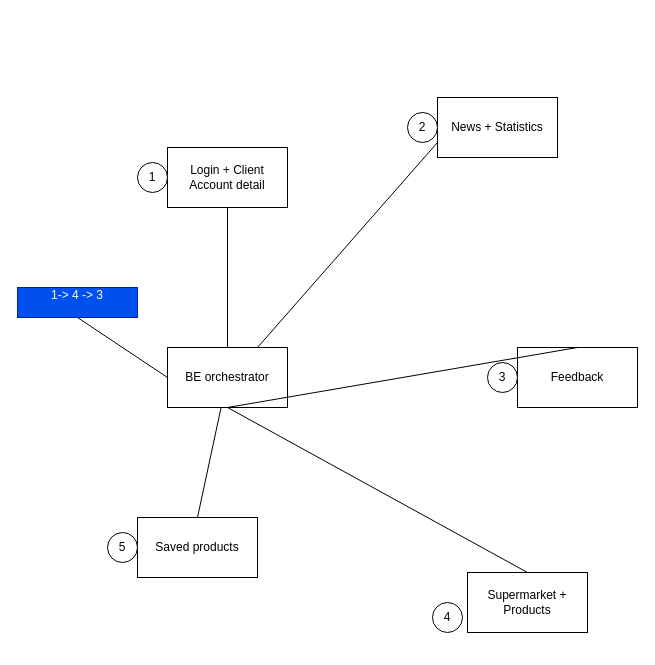
Before: project-task-9/be-orchestration-general_updated.drawio in tildtr/aw-project, a draw.io diagram. Source tidied: cells renumbered, new cells numbered last; positions are measured from the earlier drawing's top-left corner, leaving out a move shared by most shapes. Both pictures are drawn from the tidied source at 100%, with x=0, y=0 at pixel (17, 97).
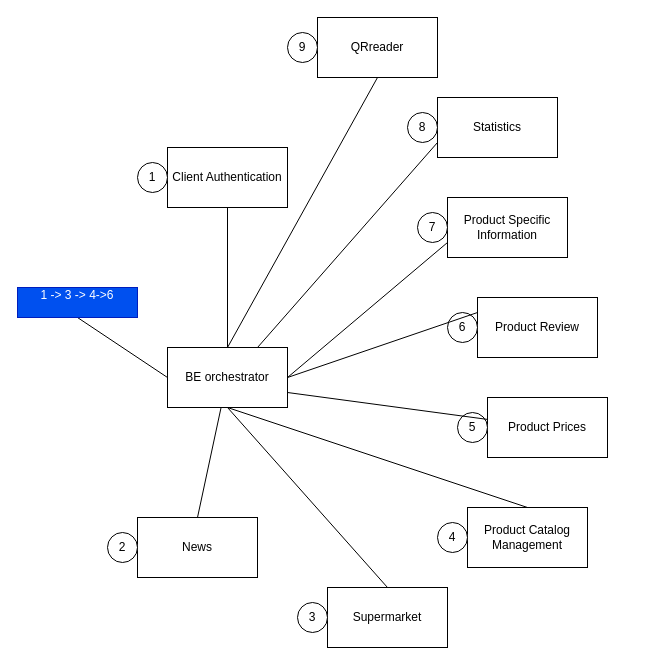
The same diagram, later.

The change refers to these unchanged cells:
```xml
<mxCell id="4" value="BE orchestrator" style="rounded=0;whiteSpace=wrap;html=1;" parent="1" vertex="1">
  <mxGeometry x="150" y="250" width="120" height="60" as="geometry" />
</mxCell>
<mxCell id="8" style="group;" parent="1" vertex="1">
  <mxGeometry x="90" y="420" width="150" height="60" as="geometry" />
</mxCell>
<mxCell id="11" style="group;" parent="1" vertex="1">
  <mxGeometry x="120" y="50" width="150" height="60" as="geometry" />
</mxCell>
<mxCell id="14" style="group;" parent="1" vertex="1">
  <mxGeometry x="280" y="490" width="150" height="60" as="geometry" />
</mxCell>
<mxCell id="20" style="group;" parent="1" vertex="1">
  <mxGeometry x="390" width="150" height="60" as="geometry" />
</mxCell>
```

Change to the diagram source:
```diff
@@
-    <mxCell id="6" value="1-&amp;gt; 4 -&amp;gt; 3&lt;div&gt;&lt;br&gt;&lt;/div&gt;" style="rounded=0;whiteSpace=wrap;html=1;fillColor=#0050ef;fontColor=#ffffff;strokeColor=#001DBC;" parent="1" vertex="1">
+    <mxCell id="6" value="1 -&amp;gt; 3 -&amp;gt; 4-&amp;gt;6&lt;div&gt;&lt;br/&gt;&lt;/div&gt;" style="rounded=0;whiteSpace=wrap;html=1;fillColor=#0050ef;fontColor=#ffffff;strokeColor=#001DBC;" parent="1" vertex="1">
       <mxGeometry y="190" width="120" height="30" as="geometry" />
     </mxCell>
@@
-    <mxCell id="9" value="Saved products" style="rounded=0;whiteSpace=wrap;html=1;" parent="8" vertex="1">
+    <mxCell id="9" value="News" style="rounded=0;whiteSpace=wrap;html=1;" parent="8" vertex="1">
       <mxGeometry x="30" width="120" height="60" as="geometry" />
     </mxCell>
-    <mxCell id="10" value="5" style="ellipse;whiteSpace=wrap;html=1;" parent="8" vertex="1">
+    <mxCell id="10" value="2" style="ellipse;whiteSpace=wrap;html=1;" parent="8" vertex="1">
       <mxGeometry y="15" width="30" height="30" as="geometry" />
     </mxCell>
@@
-    <mxCell id="12" value="Login + Client Account detail" style="rounded=0;whiteSpace=wrap;html=1;" parent="11" vertex="1">
+    <mxCell id="12" value="Client Authentication" style="rounded=0;whiteSpace=wrap;html=1;" parent="11" vertex="1">
       <mxGeometry x="30" width="120" height="60" as="geometry" />
     </mxCell>
@@
+    <mxCell id="24" value="Supermarket" style="rounded=0;whiteSpace=wrap;html=1;" parent="14" vertex="1">
+      <mxGeometry x="30" width="120" height="60" as="geometry" />
+    </mxCell>
-    <mxCell id="15" value="4" style="ellipse;whiteSpace=wrap;html=1;" parent="14" vertex="1">
-      <mxGeometry x="135" y="15" width="30" height="30" as="geometry" />
+    <mxCell id="15" value="3" style="ellipse;whiteSpace=wrap;html=1;" parent="14" vertex="1">
+      <mxGeometry y="15" width="30" height="30" as="geometry" />
     </mxCell>
     <mxCell id="16" style="group;" parent="1" vertex="1">
-      <mxGeometry x="470" y="250" width="150" height="60" as="geometry" />
+      <mxGeometry x="420" y="410" width="150" height="60" as="geometry" />
     </mxCell>
-    <mxCell id="17" value="Feedback" style="rounded=0;whiteSpace=wrap;html=1;" parent="16" vertex="1">
+    <mxCell id="17" value="Product Catalog Management" style="rounded=0;whiteSpace=wrap;html=1;" parent="16" vertex="1">
       <mxGeometry x="30" width="120" height="60" as="geometry" />
     </mxCell>
-    <mxCell id="18" value="3" style="ellipse;whiteSpace=wrap;html=1;" parent="16" vertex="1">
+    <mxCell id="18" value="4" style="ellipse;whiteSpace=wrap;html=1;" parent="16" vertex="1">
       <mxGeometry y="15" width="30" height="30" as="geometry" />
     </mxCell>
@@
+    <mxCell id="25" style="group;" parent="1" vertex="1">
+      <mxGeometry x="440" y="300" width="150" height="60" as="geometry" />
+    </mxCell>
+    <mxCell id="26" value="Product Prices" style="rounded=0;whiteSpace=wrap;html=1;" parent="25" vertex="1">
+      <mxGeometry x="30" width="120" height="60" as="geometry" />
+    </mxCell>
+    <mxCell id="27" value="5" style="ellipse;whiteSpace=wrap;html=1;" parent="25" vertex="1">
+      <mxGeometry y="15" width="30" height="30" as="geometry" />
+    </mxCell>
+    <mxCell id="28" style="edgeStyle=none;html=1;startArrow=none;startFill=0;endArrow=none;endFill=0;entryX=1;entryY=0.75;entryDx=0;entryDy=0;" parent="1" edge="1" source="26" target="4">
+      <mxGeometry relative="1" as="geometry" />
+    </mxCell>
+    <mxCell id="29" style="group;" parent="1" vertex="1">
+      <mxGeometry x="430" y="200" width="150" height="60" as="geometry" />
+    </mxCell>
+    <mxCell id="30" value="Product Review" style="rounded=0;whiteSpace=wrap;html=1;" parent="29" vertex="1">
+      <mxGeometry x="30" width="120" height="60" as="geometry" />
+    </mxCell>
+    <mxCell id="31" value="6" style="ellipse;whiteSpace=wrap;html=1;" parent="29" vertex="1">
+      <mxGeometry y="15" width="30" height="30" as="geometry" />
+    </mxCell>
+    <mxCell id="32" style="edgeStyle=none;html=1;exitX=0;exitY=0.25;exitDx=0;exitDy=0;startArrow=none;startFill=0;endArrow=none;endFill=0;entryX=1;entryY=0.5;entryDx=0;entryDy=0;" parent="1" edge="1" source="30" target="4">
+      <mxGeometry relative="1" as="geometry" />
+    </mxCell>
+    <mxCell id="33" style="group;" parent="1" vertex="1">
+      <mxGeometry x="400" y="100" width="150" height="60" as="geometry" />
+    </mxCell>
+    <mxCell id="34" value="Product Specific Information" style="rounded=0;whiteSpace=wrap;html=1;" parent="33" vertex="1">
+      <mxGeometry x="30" width="120" height="60" as="geometry" />
+    </mxCell>
+    <mxCell id="35" value="7" style="ellipse;whiteSpace=wrap;html=1;" parent="33" vertex="1">
+      <mxGeometry y="15" width="30" height="30" as="geometry" />
+    </mxCell>
+    <mxCell id="36" style="edgeStyle=none;html=1;exitX=0;exitY=0.75;exitDx=0;exitDy=0;entryX=1;entryY=0.5;entryDx=0;entryDy=0;startArrow=none;startFill=0;endArrow=none;endFill=0;" parent="1" edge="1" source="34" target="4">
+      <mxGeometry relative="1" as="geometry" />
+    </mxCell>
@@
-    <mxCell id="21" value="News + Statistics" style="rounded=0;whiteSpace=wrap;html=1;" parent="20" vertex="1">
+    <mxCell id="21" value="Statistics" style="rounded=0;whiteSpace=wrap;html=1;" parent="20" vertex="1">
       <mxGeometry x="30" width="120" height="60" as="geometry" />
     </mxCell>
-    <mxCell id="22" value="2" style="ellipse;whiteSpace=wrap;html=1;" parent="20" vertex="1">
+    <mxCell id="22" value="8" style="ellipse;whiteSpace=wrap;html=1;" parent="20" vertex="1">
       <mxGeometry y="15" width="30" height="30" as="geometry" />
     </mxCell>
@@
-    <mxCell id="24" value="Supermarket + Products" style="rounded=0;whiteSpace=wrap;html=1;" parent="1" vertex="1">
-      <mxGeometry x="450" y="475" width="120" height="60" as="geometry" />
-    </mxCell>
+    <mxCell id="37" style="group;" parent="1" vertex="1">
+      <mxGeometry x="270" y="-80" width="150" height="60" as="geometry" />
+    </mxCell>
+    <mxCell id="38" value="QRreader" style="rounded=0;whiteSpace=wrap;html=1;" parent="37" vertex="1">
+      <mxGeometry x="30" width="120" height="60" as="geometry" />
+    </mxCell>
+    <mxCell id="39" value="9" style="ellipse;whiteSpace=wrap;html=1;" parent="37" vertex="1">
+      <mxGeometry y="15" width="30" height="30" as="geometry" />
+    </mxCell>
+    <mxCell id="40" style="edgeStyle=none;html=1;exitX=0.5;exitY=1;exitDx=0;exitDy=0;entryX=0.5;entryY=0;entryDx=0;entryDy=0;startArrow=none;startFill=0;endArrow=none;endFill=0;" parent="1" edge="1" source="38" target="4">
+      <mxGeometry relative="1" as="geometry" />
+    </mxCell>
```
